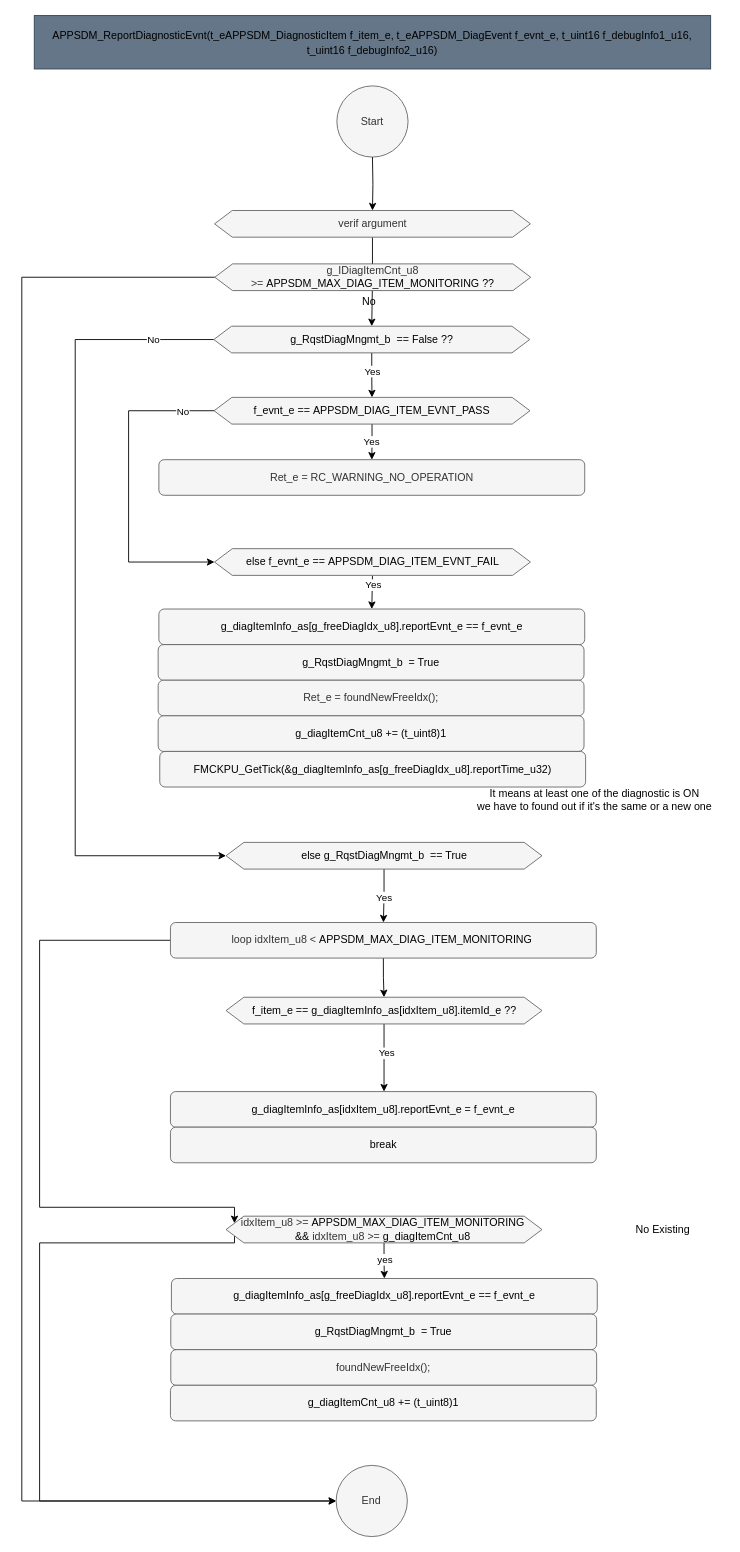
The draw.io diagram page "ReportDiagnosticEvnt" (4 of 10) of Doc/Design/SystemDiagnosticMngmt.drawio in mbarbeau0545/APPSDM, before the edit. Source tidied: cells renumbered, new cells numbered last; positions are measured from the earlier drawing's top-left corner, leaving out a move shared by most shapes. Both pictures are drawn from the tidied source at 89%, with x=0, y=0 at pixel (21, 15).
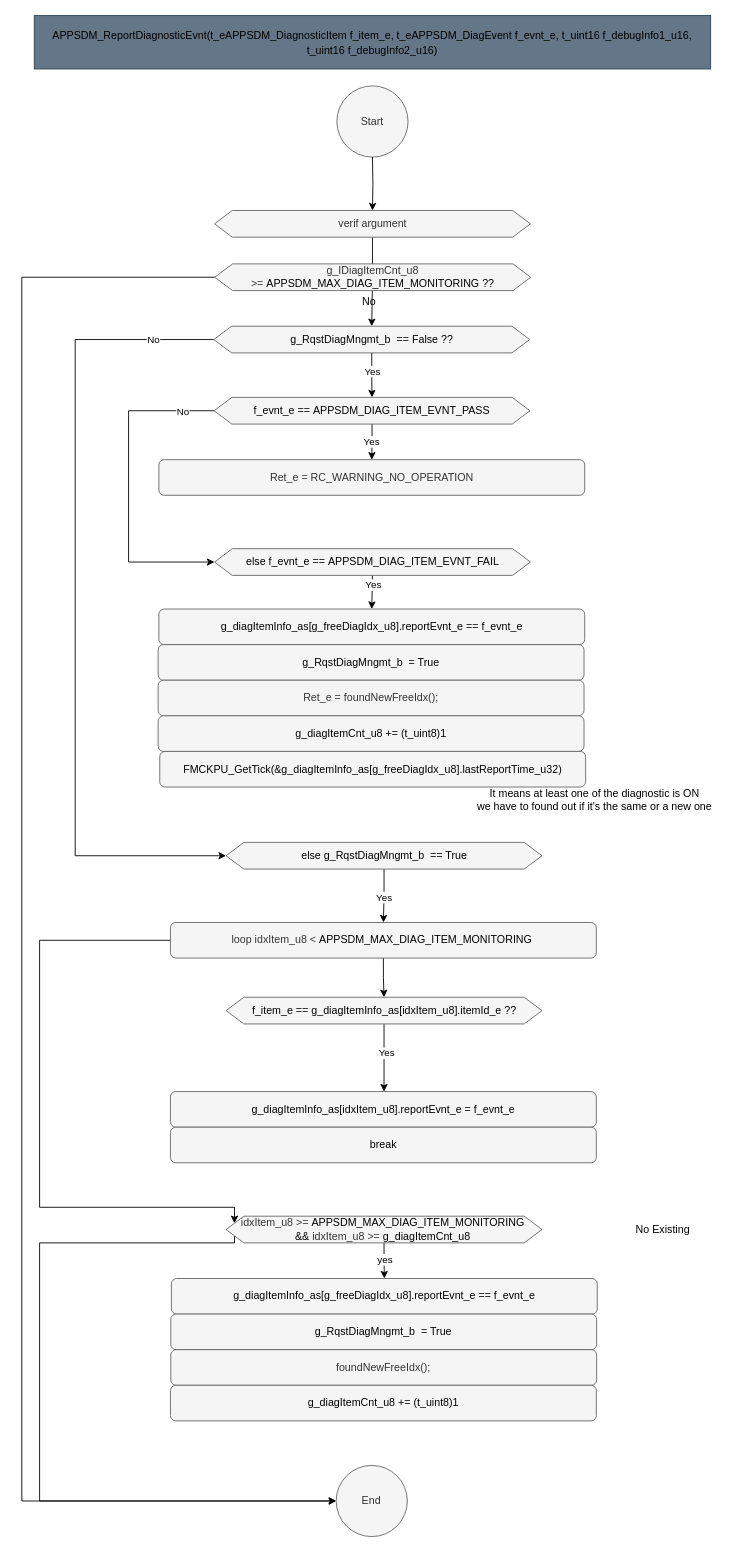
After the change.

The edit, as a diff of the source:
```diff
@@
-    <mxCell id="47" value="&lt;div style=&quot;text-align: left;&quot;&gt;&lt;span style=&quot;background-color: initial;&quot;&gt;&lt;font color=&quot;#000000&quot;&gt;FMCKPU_GetTick(&amp;amp;&lt;/font&gt;&lt;/span&gt;&lt;span style=&quot;color: rgb(0, 0, 0); background-color: initial; text-align: center;&quot;&gt;g_diagItemInfo_as[g_freeDiagIdx_u8].reportTime_u32)&lt;/span&gt;&lt;/div&gt;" style="rounded=1;whiteSpace=wrap;html=1;fillColor=#f5f5f5;fontColor=#333333;strokeColor=#666666;fontSize=12;" parent="1" vertex="1">
+    <mxCell id="47" value="&lt;div style=&quot;text-align: left;&quot;&gt;&lt;span style=&quot;background-color: initial;&quot;&gt;&lt;font color=&quot;#000000&quot;&gt;FMCKPU_GetTick(&amp;amp;&lt;/font&gt;&lt;/span&gt;&lt;span style=&quot;color: rgb(0, 0, 0); background-color: initial; text-align: center;&quot;&gt;g_diagItemInfo_as[g_freeDiagIdx_u8].lastReportTime_u32)&lt;/span&gt;&lt;/div&gt;" style="rounded=1;whiteSpace=wrap;html=1;fillColor=#f5f5f5;fontColor=#333333;strokeColor=#666666;fontSize=12;" parent="1" vertex="1">
       <mxGeometry x="155" y="826.8" width="478.5" height="40" as="geometry" />
     </mxCell>
```
